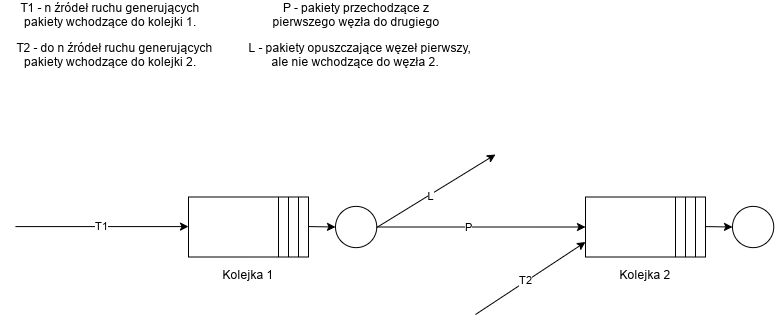
The draw.io diagram scenario.png in jazzsewera/mops-projekt, before a commit. Source tidied: cells renumbered, new cells last; positions are measured from the earlier drawing's top-left corner, leaving out a move shared by most shapes.
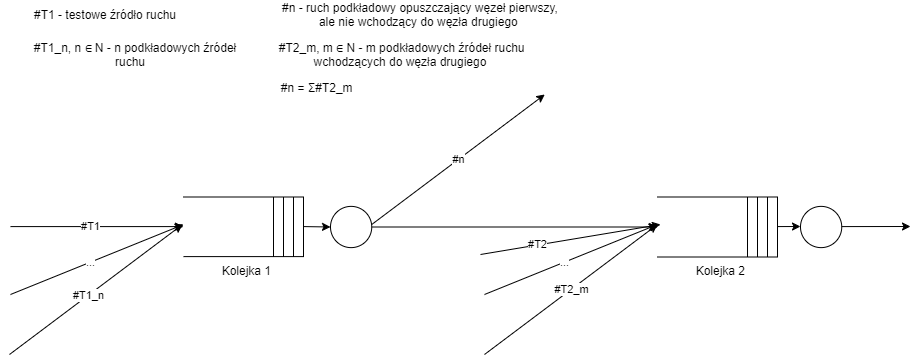
After the change.

Commit message:
Modify scenario visualisation

The edit, as a diff of the source:
```diff
@@ -2,18 +2,13 @@
   <root>
     <mxCell id="0" />
     <mxCell id="1" parent="0" />
-    <mxCell id="2" value="P" style="edgeStyle=orthogonalEdgeStyle;rounded=0;jettySize=auto;html=1;entryX=0;entryY=0.5;entryDx=0;entryDy=0;exitX=1;exitY=0.5;exitDx=0;exitDy=0;" parent="1" edge="1" target="8">
+    <mxCell id="2" style="edgeStyle=orthogonalEdgeStyle;rounded=0;orthogonalLoop=1;jettySize=auto;html=1;entryX=0;entryY=0.5;entryDx=0;entryDy=0;exitX=1;exitY=0.5;exitDx=0;exitDy=0;" parent="1" edge="1">
       <mxGeometry x="-0.12" relative="1" as="geometry">
         <mxPoint x="375" y="222.5" as="sourcePoint" />
+        <mxPoint x="662" y="222.5" as="targetPoint" />
       </mxGeometry>
     </mxCell>
-    <mxCell id="3" value="L" style="endArrow=classic;html=1;exitX=1;exitY=0.75;exitDx=0;exitDy=0;" parent="1" edge="1">
-      <mxGeometry x="-0.1" y="-2" relative="1" as="geometry">
-        <mxPoint x="375" y="223.8" as="sourcePoint" />
-        <mxPoint x="495" y="150" as="targetPoint" />
-      </mxGeometry>
-    </mxCell>
-    <mxCell id="4" style="rounded=0;whiteSpace=wrap;html=1;align=left;" parent="1" vertex="1">
+    <mxCell id="4" value="&amp;nbsp; Kolejka 1" style="rounded=0;whiteSpace=wrap;html=1;align=center;strokeColor=none;labelPosition=center;verticalLabelPosition=bottom;verticalAlign=top;" parent="1" vertex="1">
       <mxGeometry x="188" y="192.5" width="120" height="60" as="geometry" />
     </mxCell>
     <mxCell id="5" style="endArrow=none;html=1;" parent="1" edge="1">
@@ -34,25 +29,25 @@
         <mxPoint x="278" y="192.5" as="targetPoint" />
       </mxGeometry>
     </mxCell>
-    <mxCell id="8" style="rounded=0;whiteSpace=wrap;html=1;align=left;" parent="1" vertex="1">
-      <mxGeometry x="585" y="192.5" width="120" height="60" as="geometry" />
+    <mxCell id="8" value="&amp;nbsp; Kolejka 2" style="rounded=0;whiteSpace=wrap;html=1;align=center;strokeColor=none;labelPosition=center;verticalLabelPosition=bottom;verticalAlign=top;" parent="1" vertex="1">
+      <mxGeometry x="662" y="192.5" width="120" height="60" as="geometry" />
     </mxCell>
     <mxCell id="9" style="endArrow=none;html=1;" parent="1" edge="1">
       <mxGeometry relative="1" as="geometry">
-        <mxPoint x="695" y="252.5" as="sourcePoint" />
-        <mxPoint x="695" y="192.5" as="targetPoint" />
+        <mxPoint x="772" y="252.5" as="sourcePoint" />
+        <mxPoint x="772" y="192.5" as="targetPoint" />
       </mxGeometry>
     </mxCell>
     <mxCell id="10" style="endArrow=none;html=1;" parent="1" edge="1">
       <mxGeometry relative="1" as="geometry">
-        <mxPoint x="685" y="252.5" as="sourcePoint" />
-        <mxPoint x="685" y="192.5" as="targetPoint" />
+        <mxPoint x="762" y="252.5" as="sourcePoint" />
+        <mxPoint x="762" y="192.5" as="targetPoint" />
       </mxGeometry>
     </mxCell>
     <mxCell id="11" style="endArrow=none;html=1;" parent="1" edge="1">
       <mxGeometry relative="1" as="geometry">
-        <mxPoint x="675" y="252.5" as="sourcePoint" />
-        <mxPoint x="675" y="192.5" as="targetPoint" />
+        <mxPoint x="752" y="252.5" as="sourcePoint" />
+        <mxPoint x="752" y="192.5" as="targetPoint" />
       </mxGeometry>
     </mxCell>
     <mxCell id="12" style="ellipse;whiteSpace=wrap;html=1;align=center;" parent="1" vertex="1">
@@ -63,45 +58,125 @@
         <mxPoint x="308" y="222.1" as="sourcePoint" />
       </mxGeometry>
     </mxCell>
-    <mxCell id="14" value="T1" style="endArrow=classic;html=1;" parent="1" edge="1">
-      <mxGeometry relative="1" as="geometry">
+    <mxCell id="14" value="#T1" style="endArrow=classic;html=1;" parent="1" edge="1">
+      <mxGeometry x="-0.08" relative="1" as="geometry">
         <mxPoint x="15" y="222.1" as="sourcePoint" />
         <mxPoint x="188" y="222.1" as="targetPoint" />
       </mxGeometry>
     </mxCell>
-    <mxCell id="15" style="endArrow=classic;html=1;entryX=0;entryY=0.75;entryDx=0;entryDy=0;" parent="1" edge="1" target="8">
-      <mxGeometry relative="1" as="geometry">
-        <mxPoint x="475" y="310" as="sourcePoint" />
-      </mxGeometry>
-    </mxCell>
-    <mxCell id="16" value="T2" style="edgeLabel;html=1;align=center;verticalAlign=middle;" parent="15" vertex="1">
-      <mxGeometry x="-0.09" y="1" relative="1" as="geometry" />
-    </mxCell>
-    <mxCell id="17" value="T1 - n źródeł ruchu generujących pakiety wchodzące do kolejki 1." style="text;html=1;strokeColor=none;fillColor=none;align=center;verticalAlign=middle;whiteSpace=wrap;rounded=0;" parent="1" vertex="1">
+    <mxCell id="17" value="#T1 - testowe źródło ruchu" style="text;html=1;strokeColor=none;fillColor=none;align=center;verticalAlign=middle;whiteSpace=wrap;rounded=0;" parent="1" vertex="1">
       <mxGeometry x="5" width="210" height="20" as="geometry" />
     </mxCell>
-    <mxCell id="18" value="&amp;nbsp; &amp;nbsp;T2 - do n źródeł ruchu generujących pakiety wchodzące do kolejki 2." style="text;html=1;strokeColor=none;fillColor=none;align=center;verticalAlign=middle;whiteSpace=wrap;rounded=0;" parent="1" vertex="1">
-      <mxGeometry y="40" width="220" height="20" as="geometry" />
+    <mxCell id="18" value="&amp;nbsp; &amp;nbsp;#T1_n, n ∈ N - n podkładowych źródeł ruchu" style="text;html=1;strokeColor=none;fillColor=none;align=center;verticalAlign=middle;whiteSpace=wrap;rounded=0;" parent="1" vertex="1">
+      <mxGeometry x="25" y="40" width="220" height="20" as="geometry" />
     </mxCell>
-    <mxCell id="19" value="P - pakiety przechodzące z pierwszego węzła do drugiego" style="text;html=1;strokeColor=none;fillColor=none;align=center;verticalAlign=middle;whiteSpace=wrap;rounded=0;" parent="1" vertex="1">
-      <mxGeometry x="250.6" width="210" height="20" as="geometry" />
-    </mxCell>
-    <mxCell id="20" value="&amp;nbsp; &amp;nbsp;L - pakiety opuszczające węzeł pierwszy, ale nie wchodzące do węzła 2." style="text;html=1;strokeColor=none;fillColor=none;align=center;verticalAlign=middle;whiteSpace=wrap;rounded=0;" parent="1" vertex="1">
-      <mxGeometry x="238.4" y="40" width="234.4" height="20" as="geometry" />
-    </mxCell>
     <mxCell id="21" style="ellipse;whiteSpace=wrap;html=1;align=center;" parent="1" vertex="1">
-      <mxGeometry x="732" y="201.9" width="41.2" height="41.2" as="geometry" />
+      <mxGeometry x="805" y="201.9" width="41.2" height="41.2" as="geometry" />
     </mxCell>
-    <mxCell id="22" style="endArrow=classic;html=1;entryX=0;entryY=0.5;entryDx=0;entryDy=0;" parent="1" edge="1" target="21">
-      <mxGeometry relative="1" as="geometry">
-        <mxPoint x="705" y="222.1" as="sourcePoint" />
-      </mxGeometry>
-    </mxCell>
-    <mxCell id="23" value="Kolejka 1" style="text;html=1;strokeColor=none;fillColor=none;align=center;verticalAlign=middle;whiteSpace=wrap;rounded=0;" parent="1" vertex="1">
-      <mxGeometry x="211" y="260" width="74" height="20" as="geometry" />
+    <mxCell id="23" style="endArrow=none;html=1;entryX=1;entryY=0;entryDx=0;entryDy=0;" parent="1" edge="1" target="4">
+      <mxGeometry relative="1" as="geometry">
+        <mxPoint x="188" y="192.5" as="sourcePoint" />
+      </mxGeometry>
     </mxCell>
-    <mxCell id="24" value="Kolejka 2" style="text;html=1;strokeColor=none;fillColor=none;align=center;verticalAlign=middle;whiteSpace=wrap;rounded=0;" parent="1" vertex="1">
-      <mxGeometry x="608" y="260" width="74" height="20" as="geometry" />
+    <mxCell id="24" style="endArrow=none;html=1;entryX=1;entryY=0;entryDx=0;entryDy=0;" parent="1" edge="1">
+      <mxGeometry relative="1" as="geometry">
+        <mxPoint x="188" y="252.1" as="sourcePoint" />
+        <mxPoint x="308" y="252.1" as="targetPoint" />
+      </mxGeometry>
     </mxCell>
+    <mxCell id="25" style="endArrow=none;html=1;entryX=1;entryY=0;entryDx=0;entryDy=0;" parent="1" edge="1" target="4">
+      <mxGeometry relative="1" as="geometry">
+        <mxPoint x="308" y="252.5" as="sourcePoint" />
+      </mxGeometry>
+    </mxCell>
+    <mxCell id="26" style="endArrow=none;html=1;entryX=1;entryY=1;entryDx=0;entryDy=0;" parent="1" edge="1" target="8">
+      <mxGeometry relative="1" as="geometry">
+        <mxPoint x="662" y="252.5" as="sourcePoint" />
+      </mxGeometry>
+    </mxCell>
+    <mxCell id="27" style="endArrow=none;html=1;entryX=1;entryY=1;entryDx=0;entryDy=0;" parent="1" edge="1">
+      <mxGeometry relative="1" as="geometry">
+        <mxPoint x="662" y="192.5" as="sourcePoint" />
+        <mxPoint x="782" y="192.5" as="targetPoint" />
+      </mxGeometry>
+    </mxCell>
+    <mxCell id="28" style="endArrow=none;html=1;entryX=1;entryY=0;entryDx=0;entryDy=0;" parent="1" edge="1" target="8">
+      <mxGeometry relative="1" as="geometry">
+        <mxPoint x="782" y="252.5" as="sourcePoint" />
+      </mxGeometry>
+    </mxCell>
+    <mxCell id="29" style="endArrow=classic;html=1;" parent="1" edge="1">
+      <mxGeometry relative="1" as="geometry">
+        <mxPoint x="782" y="222.1" as="sourcePoint" />
+        <mxPoint x="805" y="222" as="targetPoint" />
+      </mxGeometry>
+    </mxCell>
+    <mxCell id="30" style="endArrow=classic;html=1;" parent="1" edge="1">
+      <mxGeometry relative="1" as="geometry">
+        <mxPoint x="846.2" y="222.1" as="sourcePoint" />
+        <mxPoint x="915" y="222" as="targetPoint" />
+      </mxGeometry>
+    </mxCell>
+    <mxCell id="31" style="endArrow=classic;html=1;" parent="1" edge="1">
+      <mxGeometry relative="1" as="geometry">
+        <mxPoint x="15" y="290" as="sourcePoint" />
+        <mxPoint x="188" y="220" as="targetPoint" />
+      </mxGeometry>
+    </mxCell>
+    <mxCell id="32" value="..." style="edgeLabel;html=1;align=center;verticalAlign=middle;" parent="31" vertex="1">
+      <mxGeometry x="-0.09" y="1" relative="1" as="geometry">
+        <mxPoint x="1.6" as="offset" />
+      </mxGeometry>
+    </mxCell>
+    <mxCell id="33" style="endArrow=classic;html=1;" parent="1" edge="1">
+      <mxGeometry relative="1" as="geometry">
+        <mxPoint x="14" y="350" as="sourcePoint" />
+        <mxPoint x="187" y="220" as="targetPoint" />
+      </mxGeometry>
+    </mxCell>
+    <mxCell id="34" value="#T1_n" style="edgeLabel;html=1;align=center;verticalAlign=middle;" parent="33" vertex="1">
+      <mxGeometry x="-0.09" y="1" relative="1" as="geometry" />
+    </mxCell>
+    <mxCell id="35" value="#T2_m" style="endArrow=classic;html=1;" parent="1" edge="1">
+      <mxGeometry relative="1" as="geometry">
+        <mxPoint x="489" y="350" as="sourcePoint" />
+        <mxPoint x="662" y="220" as="targetPoint" />
+      </mxGeometry>
+    </mxCell>
+    <mxCell id="36" value="#n" style="endArrow=classic;html=1;" parent="1" edge="1">
+      <mxGeometry relative="1" as="geometry">
+        <mxPoint x="376.2" y="220" as="sourcePoint" />
+        <mxPoint x="549.2" y="90" as="targetPoint" />
+      </mxGeometry>
+    </mxCell>
+    <mxCell id="37" value="#n - ruch podkładowy opuszczający węzeł pierwszy, ale nie wchodzący do węzła drugiego&amp;nbsp;" style="text;html=1;strokeColor=none;fillColor=none;align=center;verticalAlign=middle;whiteSpace=wrap;rounded=0;" parent="1" vertex="1">
+      <mxGeometry x="285" width="280" height="20" as="geometry" />
+    </mxCell>
+    <mxCell id="38" style="endArrow=classic;html=1;" parent="1" edge="1">
+      <mxGeometry relative="1" as="geometry">
+        <mxPoint x="489" y="290" as="sourcePoint" />
+        <mxPoint x="662" y="220" as="targetPoint" />
+      </mxGeometry>
+    </mxCell>
+    <mxCell id="39" value="..." style="edgeLabel;html=1;align=center;verticalAlign=middle;" parent="38" vertex="1">
+      <mxGeometry x="-0.09" y="1" relative="1" as="geometry">
+        <mxPoint x="1.6" as="offset" />
+      </mxGeometry>
+    </mxCell>
+    <mxCell id="40" value="&amp;nbsp;#T2_m, m&amp;nbsp;&lt;span class=&quot;aCOpRe&quot;&gt;∈ N - m podkładowych źródeł ruchu wchodzących do węzła drugiego&lt;/span&gt;" style="text;html=1;strokeColor=none;fillColor=none;align=center;verticalAlign=middle;whiteSpace=wrap;rounded=0;" parent="1" vertex="1">
+      <mxGeometry x="265" y="40" width="280" height="20" as="geometry" />
+    </mxCell>
+    <mxCell id="41" value="&amp;nbsp; &amp;nbsp; #n =&amp;nbsp;&lt;span class=&quot;ILfuVd&quot;&gt;Σ#T2_m&lt;/span&gt;&lt;br&gt;&amp;nbsp;" style="text;html=1;strokeColor=none;fillColor=none;align=center;verticalAlign=middle;whiteSpace=wrap;rounded=0;" parent="1" vertex="1">
+      <mxGeometry x="175" y="80" width="280" height="20" as="geometry" />
+    </mxCell>
+    <mxCell id="42" style="endArrow=classic;html=1;" parent="1" edge="1">
+      <mxGeometry relative="1" as="geometry">
+        <mxPoint x="485" y="250" as="sourcePoint" />
+        <mxPoint x="665" y="220" as="targetPoint" />
+      </mxGeometry>
+    </mxCell>
+    <mxCell id="43" value="#T2" style="edgeLabel;html=1;align=center;verticalAlign=middle;" parent="42" vertex="1">
+      <mxGeometry x="-0.37" y="1" relative="1" as="geometry" />
+    </mxCell>
   </root>
 </mxGraphModel>
```
